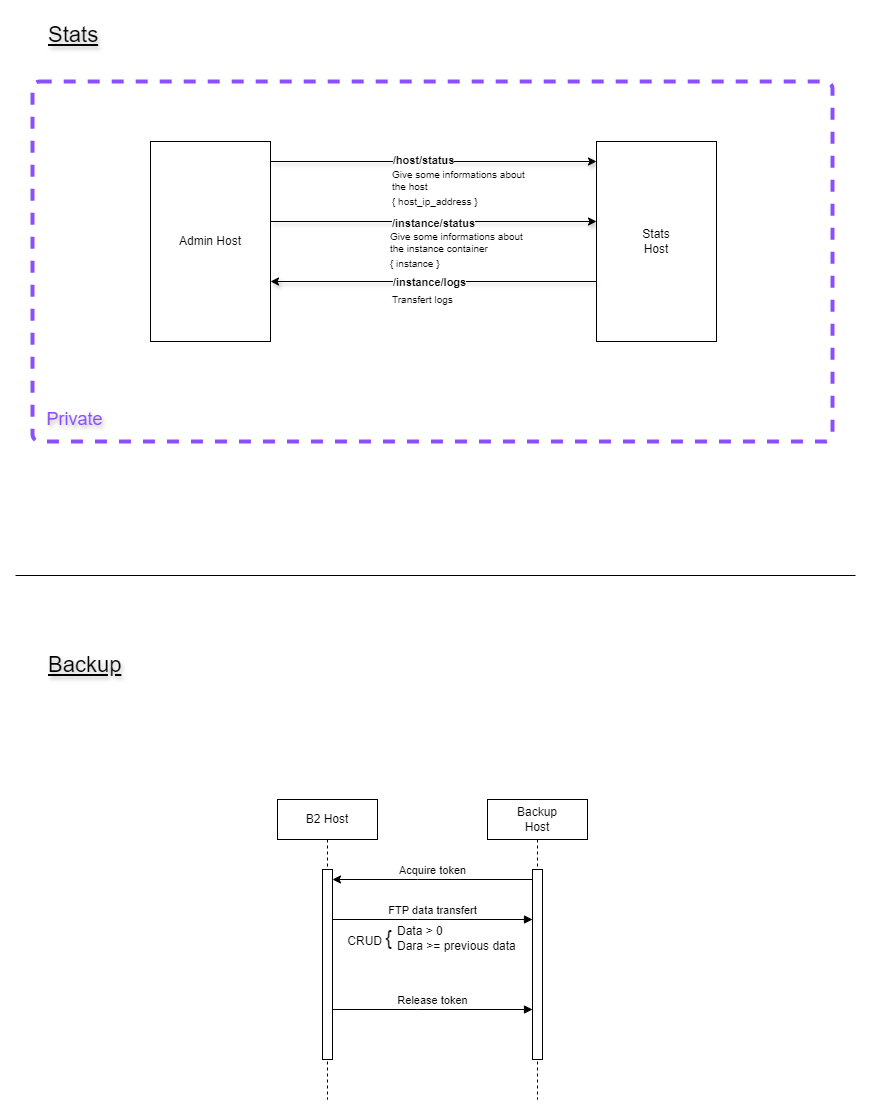
yesbabylon/b2 keeps this draw.io diagram as doc/Admin.png. Above is the earlier version. Source tidied: cells renumbered, new cells last; positions are measured from the earlier drawing's top-left corner, leaving out a move shared by most shapes.
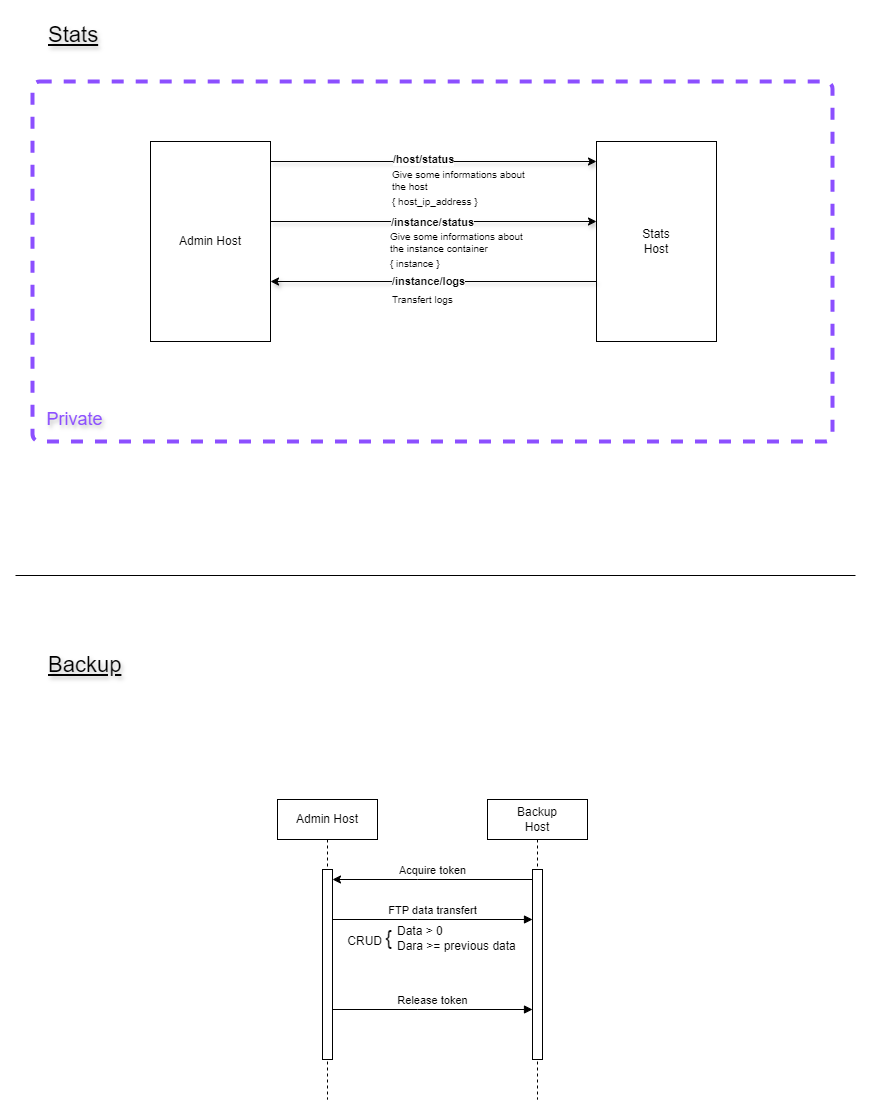
Later version of the same file.

Commit message:
Added admin chart

What changed in the source:
```diff
@@ -63,7 +63,7 @@
     <mxCell id="17" value="Transfert logs" style="text;html=1;align=left;verticalAlign=middle;strokeColor=none;fillColor=none;fontSize=10;" parent="1" vertex="1">
       <mxGeometry x="375" y="269" width="80" height="30" as="geometry" />
     </mxCell>
-    <mxCell id="18" value="B2 Host" style="shape=umlLifeline;perimeter=lifelinePerimeter;whiteSpace=wrap;html=1;newEdgeStyle={&quot;edgeStyle&quot;:&quot;elbowEdgeStyle&quot;,&quot;elbow&quot;:&quot;vertical&quot;,&quot;curved&quot;:0,&quot;rounded&quot;:0};" parent="1" vertex="1">
+    <mxCell id="18" value="Admin Host" style="shape=umlLifeline;perimeter=lifelinePerimeter;whiteSpace=wrap;html=1;newEdgeStyle={&quot;edgeStyle&quot;:&quot;elbowEdgeStyle&quot;,&quot;elbow&quot;:&quot;vertical&quot;,&quot;curved&quot;:0,&quot;rounded&quot;:0};" parent="1" vertex="1">
       <mxGeometry x="262" y="784" width="100" height="300" as="geometry" />
     </mxCell>
     <mxCell id="19" style="html=1;points=[];perimeter=orthogonalPerimeter;outlineConnect=0;targetShapes=umlLifeline;portConstraint=eastwest;newEdgeStyle={&quot;edgeStyle&quot;:&quot;elbowEdgeStyle&quot;,&quot;elbow&quot;:&quot;vertical&quot;,&quot;curved&quot;:0,&quot;rounded&quot;:0};" parent="18" vertex="1">
```
